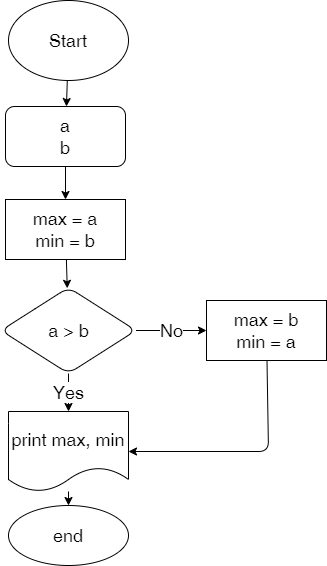
Before: Homework/Lesson01/task2/alg.drawio.png, a diagram exported from draw.io (sergdmi/3-Code). Source tidied: cells renumbered, new cells last; positions are measured from the earlier drawing's top-left corner, leaving out a move shared by most shapes.
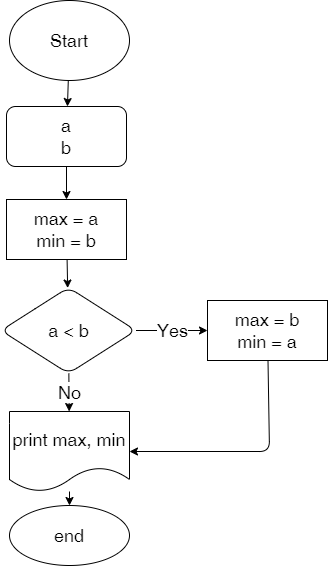
The same diagram one commit later.

Commit message:
Code amended on teacher remark

Change to the diagram source:
```diff
@@ -14,11 +14,11 @@
     <mxCell id="5" value="a&lt;br&gt;b" style="rounded=1;whiteSpace=wrap;html=1;fontSize=18;" parent="1" vertex="1">
       <mxGeometry x="4" y="106" width="120" height="60" as="geometry" />
     </mxCell>
-    <mxCell id="6" value="No" style="edgeStyle=none;html=1;fontSize=18;" parent="1" edge="1" source="7" target="11">
+    <mxCell id="6" value="Yes" style="edgeStyle=none;html=1;fontSize=18;" parent="1" edge="1" source="7" target="11">
       <mxGeometry relative="1" as="geometry" />
     </mxCell>
-    <mxCell id="7" value="a &amp;gt; b" style="rhombus;whiteSpace=wrap;html=1;fontSize=18;rounded=1;" parent="1" vertex="1">
-      <mxGeometry x="-0.5" y="287" width="135" height="86" as="geometry" />
+    <mxCell id="7" value="a &amp;lt; b" style="rhombus;whiteSpace=wrap;html=1;fontSize=18;rounded=1;" parent="1" vertex="1">
+      <mxGeometry x="-1.5" y="287" width="135" height="86" as="geometry" />
     </mxCell>
     <mxCell id="8" style="edgeStyle=none;html=1;" parent="1" edge="1" source="9" target="7">
       <mxGeometry relative="1" as="geometry" />
@@ -45,7 +45,7 @@
     <mxCell id="14" value="end" style="ellipse;whiteSpace=wrap;html=1;fontSize=18;" parent="1" vertex="1">
       <mxGeometry x="7" y="505" width="120" height="60" as="geometry" />
     </mxCell>
-    <mxCell id="15" value="Yes" style="edgeStyle=none;html=1;fontSize=18;" parent="1" edge="1" source="7" target="13">
+    <mxCell id="15" value="No" style="edgeStyle=none;html=1;fontSize=18;" parent="1" edge="1" source="7" target="13">
       <mxGeometry relative="1" as="geometry" />
     </mxCell>
   </root>
```
